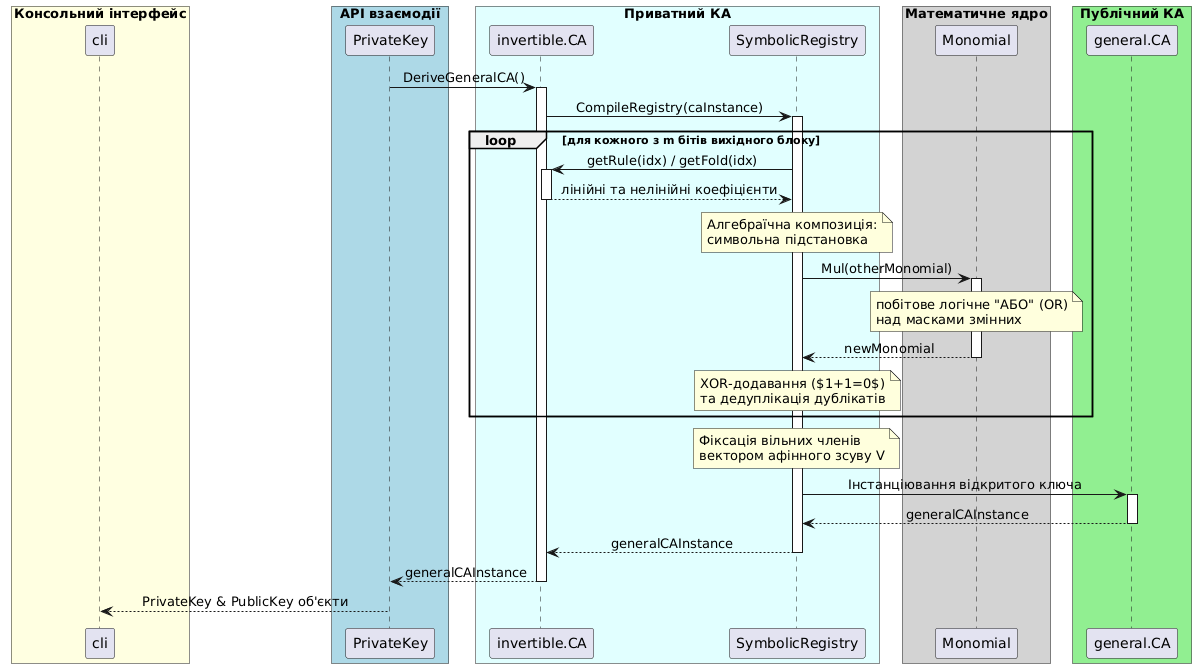
Earlier version of the PlantUML export docs/diagrams/pk-generation_sequence.png (staleread/aquila).
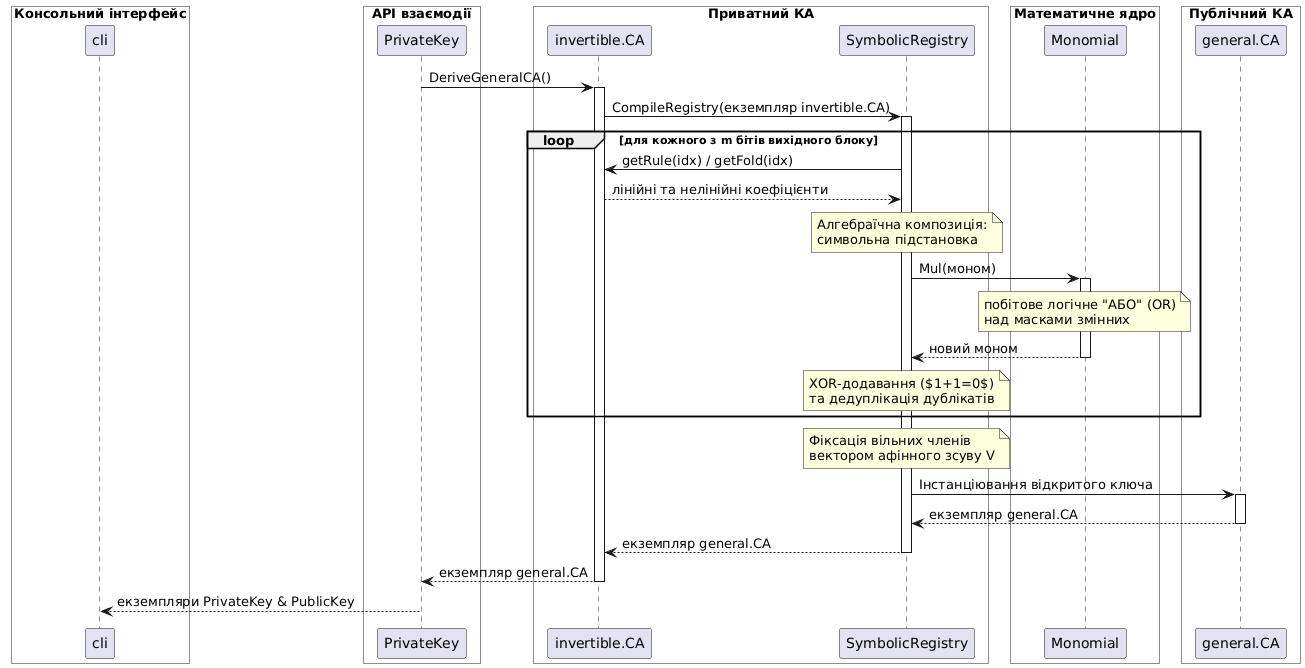
The same diagram one commit later.

The edit, as a diff of the source:
```diff
@@ -1,75 +1,75 @@
 @startuml
 skinparam BoxPadding 10
 skinparam ParticipantPadding 10
-skinparam Shadowing false
-skinparam SequenceMessageAlign center
 
-box "Консольний інтерфейс" #LightYellow
-participant "cli" as CLI
+box "Консольний інтерфейс" #FFFFFF
+participant cli
 end box
 
-box "API взаємодії" #LightBlue
-participant "PrivateKey" as PK
+box "API взаємодії" #FFFFFF
+participant PrivateKey
 end box
 
-box "Приватний КА" #LightCyan
-participant "invertible.CA" as ICA
-participant "SymbolicRegistry" as SR
+box "Приватний КА" #FFFFFF
+participant "invertible.CA" as invertibleCA
+participant SymbolicRegistry
 end box
 
-box "Математичне ядро" #LightGray
-participant "Monomial" as Mon
+box "Математичне ядро" #FFFFFF
+participant Monomial
 end box
 
-box "Публічний КА" #LightGreen
-participant "general.CA" as GCA
+box "Публічний КА" #FFFFFF
+participant "general.CA" as generalCA
 end box
 
-PK -> ICA : DeriveGeneralCA()
-activate ICA
+PrivateKey -> invertibleCA : DeriveGeneralCA()
+activate invertibleCA
 
-ICA -> SR : CompileRegistry(caInstance)
-activate SR
+invertibleCA -> SymbolicRegistry : CompileRegistry(екземпляр invertible.CA)
+activate SymbolicRegistry
 
 loop для кожного з m бітів вихідного блоку
-    SR -> ICA : getRule(idx) / getFold(idx)
-    activate ICA
-    ICA --> SR : лінійні та нелінійні коефіцієнти
-    deactivate ICA
+    SymbolicRegistry -> invertibleCA : getRule(idx) / getFold(idx)
+    invertibleCA --> SymbolicRegistry : лінійні та нелінійні коефіцієнти
 
-    note over SR
-      Алгебраїчна композиція:
-      символьна підстановка
+    note over SymbolicRegistry
+        Алгебраїчна композиція:
+        символьна підстановка
     end note
 
-    SR -> Mon : Mul(otherMonomial)
-    activate Mon
-    note over Mon: побітове логічне "АБО" (OR)\nнад масками змінних
-    Mon --> SR : newMonomial
-    deactivate Mon
+    SymbolicRegistry -> Monomial : Mul(моном)
+    activate Monomial
 
-    note over SR
-      XOR-додавання ($1+1=0$)
-      та дедуплікація дублікатів
+    note over Monomial
+        побітове логічне "АБО" (OR)
+        над масками змінних
     end note
-end loop
 
-note over SR
-  Фіксація вільних членів
-  вектором афінного зсуву V
+    Monomial --> SymbolicRegistry : новий моном
+    deactivate Monomial
+
+    note over SymbolicRegistry
+        XOR-додавання ($1+1=0$)
+        та дедуплікація дублікатів
+    end note
+end
+
+note over SymbolicRegistry
+    Фіксація вільних членів
+    вектором афінного зсуву V
 end note
 
-SR -> GCA : Інстанціювання відкритого ключа
-activate GCA
-GCA --> SR : generalCAInstance
-deactivate GCA
+SymbolicRegistry -> generalCA : Інстанціювання відкритого ключа
+activate generalCA
+generalCA --> SymbolicRegistry : екземпляр general.CA
+deactivate generalCA
 
-SR --> ICA : generalCAInstance
-deactivate SR
+SymbolicRegistry --> invertibleCA : екземпляр general.CA
+deactivate SymbolicRegistry
 
-ICA --> PK : generalCAInstance
-deactivate ICA
+invertibleCA --> PrivateKey : екземпляр general.CA
+deactivate invertibleCA
 
-PK --> CLI : PrivateKey & PublicKey об'єкти
-deactivate PK
+PrivateKey --> cli : екземпляри PrivateKey & PublicKey
 @enduml
```
